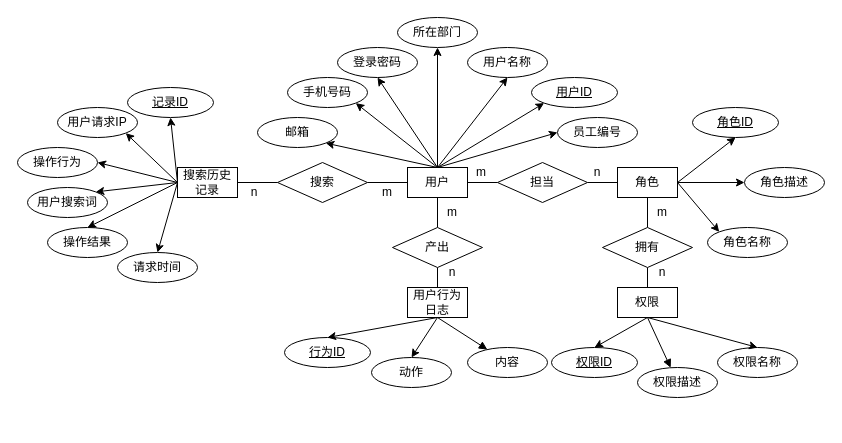
This is setup/ER图.drawio from yifeichong/drawio, a draw.io file, before an edit. Source tidied: cells renumbered, new cells numbered last; positions are measured from the earlier drawing's top-left corner, leaving out a move shared by most shapes. Both pictures are drawn from the tidied source at 100%, with x=0, y=0 at pixel (17, 17).
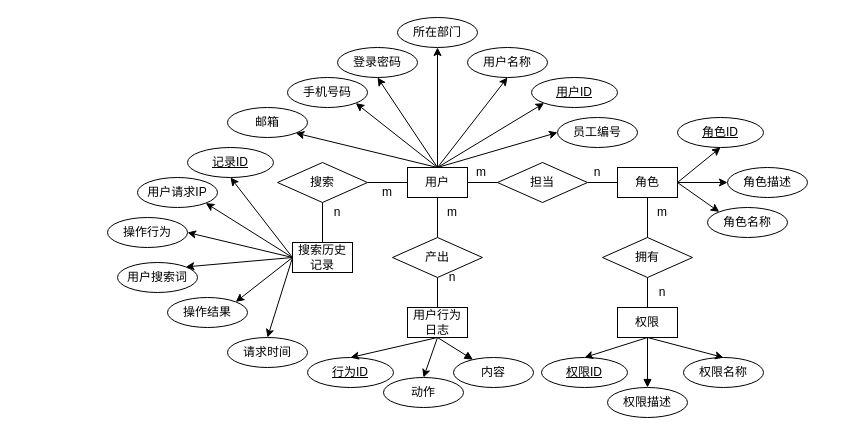
After the change.

The change refers to these unchanged cells:
```xml
<mxCell id="32" value="搜索" style="shape=rhombus;perimeter=rhombusPerimeter;whiteSpace=wrap;html=1;align=center;" parent="1" vertex="1">
  <mxGeometry x="260" y="145" width="90" height="40" as="geometry" />
</mxCell>
```

The edit, as a diff of the source:
```diff
@@
     <mxCell id="8" value="权限" style="whiteSpace=wrap;html=1;align=center;" parent="1" vertex="1">
-      <mxGeometry x="600" y="270" width="60" height="30" as="geometry" />
+      <mxGeometry x="600" y="290" width="60" height="30" as="geometry" />
     </mxCell>
@@
     <mxCell id="13" value="邮箱" style="ellipse;whiteSpace=wrap;html=1;align=center;" parent="1" vertex="1">
-      <mxGeometry x="240" y="100" width="80" height="30" as="geometry" />
+      <mxGeometry x="210" y="90" width="80" height="30" as="geometry" />
     </mxCell>
@@
     <mxCell id="19" value="角色ID" style="ellipse;whiteSpace=wrap;html=1;align=center;fontStyle=4;" parent="1" vertex="1">
-      <mxGeometry x="675" y="90" width="86" height="30" as="geometry" />
+      <mxGeometry x="660" y="100" width="86" height="30" as="geometry" />
     </mxCell>
     <mxCell id="20" value="角色描述" style="ellipse;whiteSpace=wrap;html=1;align=center;" parent="1" vertex="1">
-      <mxGeometry x="727" y="150" width="80" height="30" as="geometry" />
+      <mxGeometry x="710" y="150" width="80" height="30" as="geometry" />
     </mxCell>
     <mxCell id="21" value="角色名称" style="ellipse;whiteSpace=wrap;html=1;align=center;" parent="1" vertex="1">
-      <mxGeometry x="690" y="210" width="80" height="30" as="geometry" />
+      <mxGeometry x="690" y="190" width="80" height="30" as="geometry" />
     </mxCell>
-    <mxCell id="22" style="edgeStyle=none;rounded=0;jettySize=auto;html=1;endArrow=none;endFill=0;" parent="1" edge="1" source="23" target="8">
-      <mxGeometry relative="1" as="geometry" />
-    </mxCell>
     <mxCell id="23" value="拥有" style="shape=rhombus;perimeter=rhombusPerimeter;whiteSpace=wrap;html=1;align=center;" parent="1" vertex="1">
-      <mxGeometry x="585" y="210" width="90" height="40" as="geometry" />
+      <mxGeometry x="585" y="220" width="90" height="40" as="geometry" />
     </mxCell>
     <mxCell id="24" value="权限ID" style="ellipse;whiteSpace=wrap;html=1;align=center;fontStyle=4;" parent="1" vertex="1">
-      <mxGeometry x="534" y="330" width="86" height="30" as="geometry" />
+      <mxGeometry x="524" y="340" width="86" height="30" as="geometry" />
     </mxCell>
     <mxCell id="25" value="权限描述" style="ellipse;whiteSpace=wrap;html=1;align=center;" parent="1" vertex="1">
-      <mxGeometry x="620" y="350" width="80" height="30" as="geometry" />
+      <mxGeometry x="590" y="370" width="80" height="30" as="geometry" />
     </mxCell>
     <mxCell id="26" value="权限名称" style="ellipse;whiteSpace=wrap;html=1;align=center;" parent="1" vertex="1">
-      <mxGeometry x="700" y="330" width="80" height="30" as="geometry" />
+      <mxGeometry x="666" y="340" width="80" height="30" as="geometry" />
     </mxCell>
@@
     <mxCell id="30" value="产出" style="shape=rhombus;perimeter=rhombusPerimeter;whiteSpace=wrap;html=1;align=center;" parent="1" vertex="1">
-      <mxGeometry x="375" y="210" width="90" height="40" as="geometry" />
+      <mxGeometry x="375" y="220" width="90" height="40" as="geometry" />
     </mxCell>
@@
     <mxCell id="34" value="用户行为日志" style="whiteSpace=wrap;html=1;align=center;" parent="1" vertex="1">
-      <mxGeometry x="390" y="270" width="60" height="30" as="geometry" />
+      <mxGeometry x="390" y="290" width="60" height="30" as="geometry" />
     </mxCell>
     <mxCell id="35" value="行为ID" style="ellipse;whiteSpace=wrap;html=1;align=center;fontStyle=4;" parent="1" vertex="1">
-      <mxGeometry x="267" y="320" width="86" height="30" as="geometry" />
+      <mxGeometry x="290" y="340" width="86" height="30" as="geometry" />
     </mxCell>
@@
     <mxCell id="37" value="动作" style="ellipse;whiteSpace=wrap;html=1;align=center;" parent="1" vertex="1">
-      <mxGeometry x="354" y="340" width="80" height="30" as="geometry" />
+      <mxGeometry x="366" y="360" width="80" height="30" as="geometry" />
     </mxCell>
     <mxCell id="38" value="内容" style="ellipse;whiteSpace=wrap;html=1;align=center;" parent="1" vertex="1">
-      <mxGeometry x="450" y="330" width="80" height="30" as="geometry" />
+      <mxGeometry x="436" y="340" width="80" height="30" as="geometry" />
     </mxCell>
@@
-    <mxCell id="40" style="edgeStyle=none;rounded=0;jettySize=auto;html=1;endArrow=none;endFill=0;" parent="1" edge="1" source="41" target="32">
-      <mxGeometry relative="1" as="geometry" />
-    </mxCell>
     <mxCell id="41" value="搜索历史记录" style="whiteSpace=wrap;html=1;align=center;" parent="1" vertex="1">
-      <mxGeometry x="160" y="150" width="60" height="30" as="geometry" />
+      <mxGeometry x="275" y="225" width="60" height="30" as="geometry" />
     </mxCell>
     <mxCell id="42" value="记录ID" style="ellipse;whiteSpace=wrap;html=1;align=center;fontStyle=4;" parent="1" vertex="1">
-      <mxGeometry x="110" y="70" width="86" height="30" as="geometry" />
+      <mxGeometry x="170" y="130" width="86" height="30" as="geometry" />
     </mxCell>
     <mxCell id="43" value="用户请求IP" style="ellipse;whiteSpace=wrap;html=1;align=center;" parent="1" vertex="1">
-      <mxGeometry x="40" y="90" width="80" height="30" as="geometry" />
+      <mxGeometry x="120" y="160" width="80" height="30" as="geometry" />
     </mxCell>
     <mxCell id="44" value="操作行为" style="ellipse;whiteSpace=wrap;html=1;align=center;" parent="1" vertex="1">
-      <mxGeometry y="130" width="80" height="30" as="geometry" />
+      <mxGeometry x="90" y="200" width="80" height="30" as="geometry" />
     </mxCell>
     <mxCell id="45" value="用户搜索词" style="ellipse;whiteSpace=wrap;html=1;align=center;" parent="1" vertex="1">
-      <mxGeometry x="10" y="170" width="80" height="30" as="geometry" />
+      <mxGeometry x="100" y="245" width="80" height="30" as="geometry" />
     </mxCell>
     <mxCell id="46" value="操作结果" style="ellipse;whiteSpace=wrap;html=1;align=center;" parent="1" vertex="1">
-      <mxGeometry x="30" y="210" width="80" height="30" as="geometry" />
+      <mxGeometry x="150" y="280" width="80" height="30" as="geometry" />
     </mxCell>
     <mxCell id="47" value="请求时间" style="ellipse;whiteSpace=wrap;html=1;align=center;" parent="1" vertex="1">
-      <mxGeometry x="100" y="235" width="80" height="30" as="geometry" />
+      <mxGeometry x="210" y="320" width="80" height="30" as="geometry" />
     </mxCell>
@@
-    <mxCell id="52" style="endArrow=classic;html=1;rounded=0;exitX=0;exitY=0.5;exitDx=0;exitDy=0;entryX=0.5;entryY=0;entryDx=0;entryDy=0;" parent="1" edge="1" source="41" target="46">
+    <mxCell id="52" style="endArrow=classic;html=1;rounded=0;exitX=0;exitY=0.5;exitDx=0;exitDy=0;entryX=1;entryY=0;entryDx=0;entryDy=0;" parent="1" edge="1" source="41" target="46">
       <mxGeometry relative="1" as="geometry" />
     </mxCell>
@@
     <mxCell id="65" value="n" style="text;html=1;strokeColor=none;fillColor=none;align=center;verticalAlign=middle;whiteSpace=wrap;rounded=0;" parent="1" vertex="1">
-      <mxGeometry x="207" y="160" width="60" height="30" as="geometry" />
+      <mxGeometry x="290" y="180" width="60" height="30" as="geometry" />
     </mxCell>
@@
     <mxCell id="67" value="n" style="text;html=1;strokeColor=none;fillColor=none;align=center;verticalAlign=middle;whiteSpace=wrap;rounded=0;" parent="1" vertex="1">
-      <mxGeometry x="405" y="240" width="60" height="30" as="geometry" />
+      <mxGeometry x="405" y="245" width="60" height="30" as="geometry" />
     </mxCell>
@@
     <mxCell id="71" value="n" style="text;html=1;strokeColor=none;fillColor=none;align=center;verticalAlign=middle;whiteSpace=wrap;rounded=0;" parent="1" vertex="1">
-      <mxGeometry x="615" y="240" width="60" height="30" as="geometry" />
+      <mxGeometry x="615" y="260" width="60" height="30" as="geometry" />
     </mxCell>
+    <mxCell id="72" style="edgeStyle=none;rounded=0;orthogonalLoop=1;jettySize=auto;html=1;exitX=0.5;exitY=1;exitDx=0;exitDy=0;startArrow=block;startFill=1;endArrow=none;endFill=0;" parent="1" edge="1" source="25" target="25">
+      <mxGeometry relative="1" as="geometry" />
+    </mxCell>
+    <mxCell id="40" style="endArrow=none;html=1;rounded=0;exitX=0.5;exitY=0;exitDx=0;exitDy=0;entryX=0.5;entryY=1;entryDx=0;entryDy=0;endFill=0;" parent="1" edge="1" source="41" target="32">
+      <mxGeometry relative="1" as="geometry" />
+    </mxCell>
+    <mxCell id="73" style="endArrow=none;html=1;rounded=0;exitX=0.5;exitY=0;exitDx=0;exitDy=0;entryX=0.5;entryY=1;entryDx=0;entryDy=0;endFill=0;" parent="1" edge="1" source="8" target="23">
+      <mxGeometry relative="1" as="geometry" />
+    </mxCell>
```
